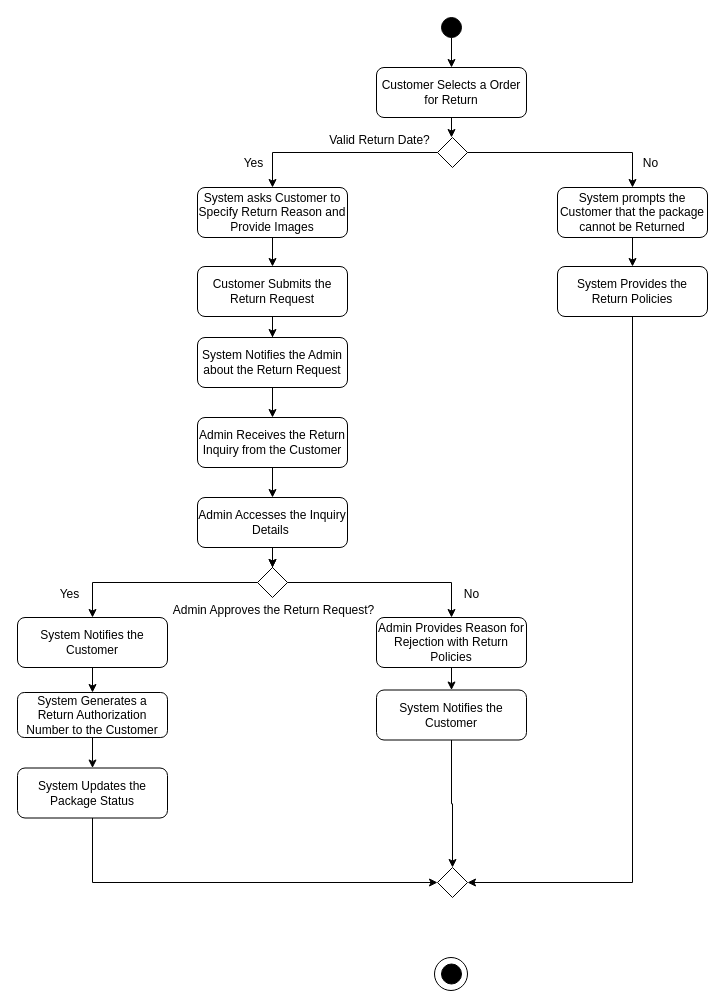
IamSaqibJaved/Diagrams keeps this draw.io diagram as page "Page-5" (5 of 6) of UC-2(Activity Diagram).drawio. Above is the earlier version. Source tidied: cells renumbered, new cells numbered last; positions are measured from the earlier drawing's top-left corner, leaving out a move shared by most shapes. Both pictures are drawn from the tidied source at 100%, with x=0, y=0 at pixel (17, 17).
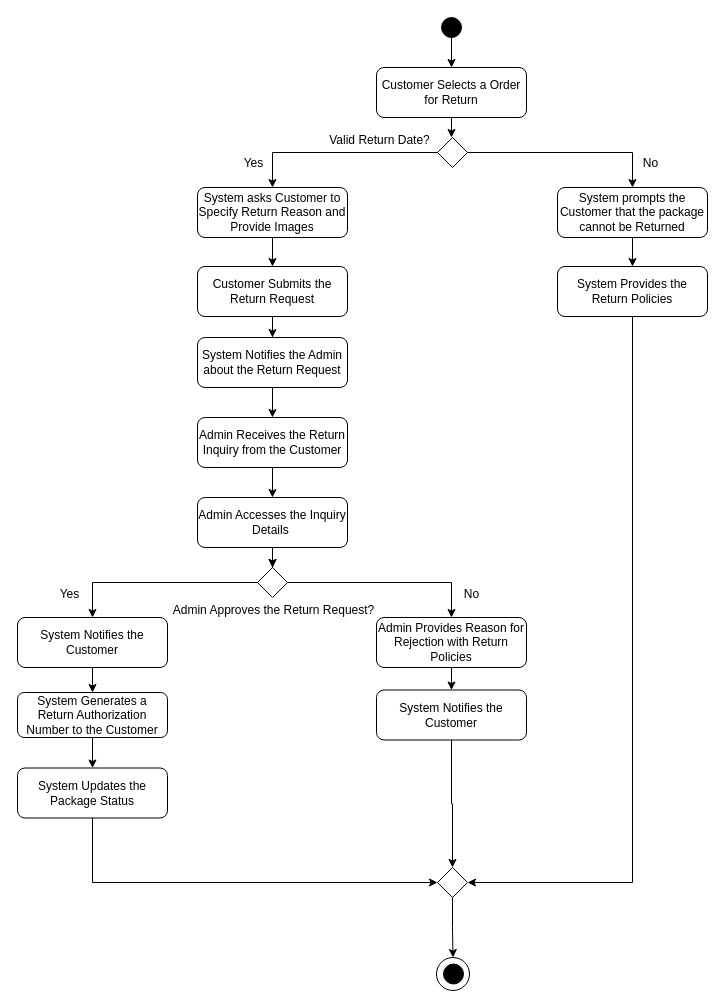
The same diagram, later.

Unchanged cells that the change refers to:
```xml
<mxCell id="42" style="rhombus;whiteSpace=wrap;html=1;fillColor=none;" parent="1" vertex="1">
  <mxGeometry x="420" y="850" width="30" height="30" as="geometry" />
</mxCell>
```

What changed in the source:
```diff
@@
     <mxCell id="6" style="ellipse;whiteSpace=wrap;html=1;labelBackgroundColor=none;fillColor=#000000;" parent="1" vertex="1">
-      <mxGeometry x="424" y="946.5" width="20" height="20" as="geometry" />
+      <mxGeometry x="426" y="946.5" width="20" height="20" as="geometry" />
     </mxCell>
     <mxCell id="7" style="ellipse;whiteSpace=wrap;html=1;fillColor=none;" parent="1" vertex="1">
-      <mxGeometry x="417" y="940" width="33" height="33" as="geometry" />
+      <mxGeometry x="419" y="940" width="33" height="33" as="geometry" />
     </mxCell>
@@
+    <mxCell id="46" style="edgeStyle=orthogonalEdgeStyle;rounded=0;jettySize=auto;html=1;entryX=0.5;entryY=0;entryDx=0;entryDy=0;" parent="1" edge="1" source="42" target="7">
+      <mxGeometry relative="1" as="geometry" />
+    </mxCell>
```
